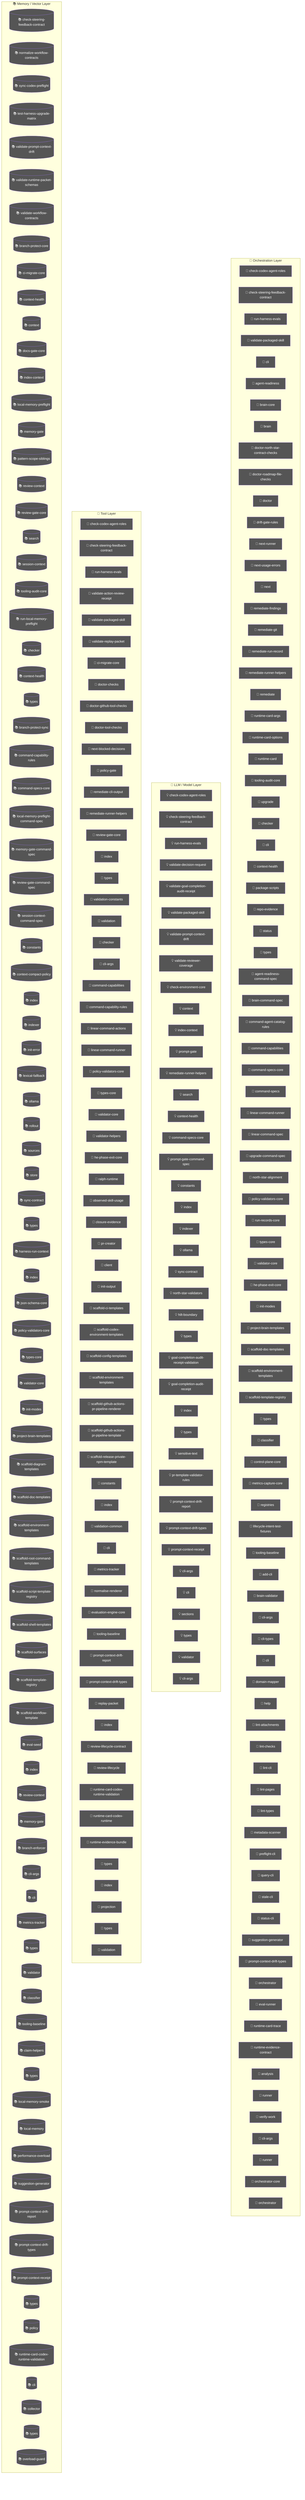
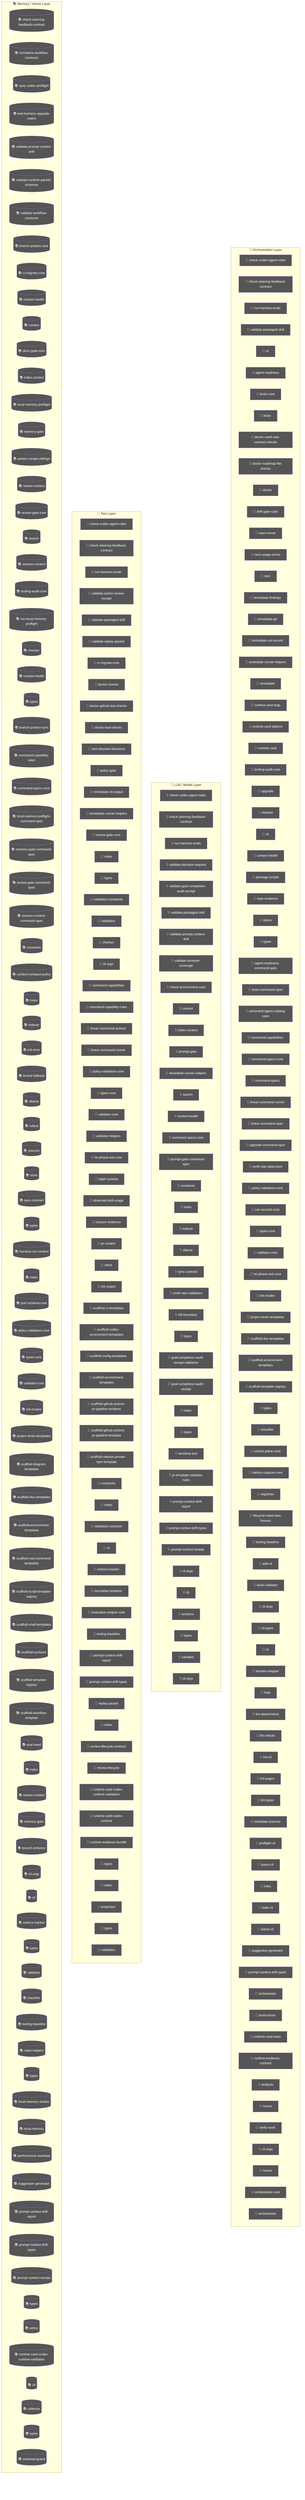
flowchart TD
  subgraph Orchestration["🎯 Orchestration Layer"]
    node_agent_mmd_orchestration_layer_orchestration_chec_7a9f0b64["🤖 check-codex-agent-roles"]
    node_agent_mmd_orchestration_layer_orchestration_chec_7fd47f5c["🤖 check-steering-feedback-contract"]
    node_agent_mmd_orchestration_layer_orchestration_run__18817957["🤖 run-harness-evals"]
    node_agent_mmd_orchestration_layer_orchestration_vali_c01b04be["🤖 validate-packaged-skill"]
    cli_99bb8840["🤖 cli"]
    agent_readiness_c82c68e6["🤖 agent-readiness"]
    brain_core_aa07c380["🤖 brain-core"]
    brain_bbbf7a64["🤖 brain"]
    doctor_north_star_contract_checks_0048124c["🤖 doctor-north-star-contract-checks"]
    doctor_roadmap_file_checks_14447b8e["🤖 doctor-roadmap-file-checks"]
    doctor_72f4be89["🤖 doctor"]
    drift_gate_rules_9685e72d["🤖 drift-gate-rules"]
    next_runner_41643472["🤖 next-runner"]
    next_usage_errors_837a345a["🤖 next-usage-errors"]
    next_c6c1c9a9["🤖 next"]
    remediate_findings_8b09c8c6["🤖 remediate-findings"]
    remediate_git_58c6f6f4["🤖 remediate-git"]
    remediate_run_record_9dfe5dc1["🤖 remediate-run-record"]
    node_agent_mmd_orchestration_layer_orchestration_reme_359fe98f["🤖 remediate-runner-helpers"]
    remediate_06b9c7fc["🤖 remediate"]
    runtime_card_args_2b3d4b28["🤖 runtime-card-args"]
    runtime_card_options_c9156ad5["🤖 runtime-card-options"]
    runtime_card_e06b53e1["🤖 runtime-card"]
    node_agent_mmd_orchestration_layer_orchestration_tool_acfe0c01["🤖 tooling-audit-core"]
    upgrade_7fef9479["🤖 upgrade"]
    node_agent_mmd_orchestration_layer_orchestration_chec_0550c395["🤖 checker"]
    cli_1_084e05fe["🤖 cli"]
    node_agent_mmd_orchestration_layer_orchestration_cont_61b3b9c9["🤖 context-health"]
    package_scripts_3ee6150f["🤖 package-scripts"]
    repo_evidence_38bb1de5["🤖 repo-evidence"]
    status_073c1634["🤖 status"]
    node_agent_mmd_orchestration_layer_orchestration_type_4f906dcc["🤖 types"]
    agent_readiness_command_spec_a30c2c1e["🤖 agent-readiness-command-spec"]
    brain_command_spec_15b122d5["🤖 brain-command-spec"]
    command_agent_catalog_rules_8e06b2af["🤖 command-agent-catalog-rules"]
    node_agent_mmd_orchestration_layer_orchestration_comm_6e41a7f7["🤖 command-capabilities"]
    node_agent_mmd_orchestration_layer_orchestration_comm_1f8cc24c["🤖 command-specs-core"]
    command_specs_69167c63["🤖 command-specs"]
    node_agent_mmd_orchestration_layer_orchestration_line_b67affd5["🤖 linear-command-runner"]
    linear_command_spec_1e12dd44["🤖 linear-command-spec"]
    upgrade_command_spec_03f6c7bd["🤖 upgrade-command-spec"]
    north_star_alignment_00440188["🤖 north-star-alignment"]
    node_agent_mmd_orchestration_layer_orchestration_poli_3270b55d["🤖 policy-validators-core"]
    run_records_core_89286dfa["🤖 run-records-core"]
    node_agent_mmd_orchestration_layer_orchestration_type_7cf81261["🤖 types-core"]
    node_agent_mmd_orchestration_layer_orchestration_vali_d9fe99e6["🤖 validator-core"]
    node_agent_mmd_orchestration_layer_orchestration_he_p_fc778c24["🤖 he-phase-exit-core"]
    node_agent_mmd_orchestration_layer_orchestration_init_2a9c3ecb["🤖 init-modes"]
    node_agent_mmd_orchestration_layer_orchestration_proj_6ab6f60f["🤖 project-brain-templates"]
    node_agent_mmd_orchestration_layer_orchestration_scaf_12cc07db["🤖 scaffold-doc-templates"]
    node_agent_mmd_orchestration_layer_orchestration_scaf_c9a90c2f["🤖 scaffold-environment-templates"]
    node_agent_mmd_orchestration_layer_orchestration_scaf_ff8f92f6["🤖 scaffold-template-registry"]
    types_15_86775c96["🤖 types"]
    node_agent_mmd_orchestration_layer_orchestration_clas_899b821a["🤖 classifier"]
    control_plane_core_db3b4cb2["🤖 control-plane-core"]
    metrics_capture_core_db4bf7cf["🤖 metrics-capture-core"]
    registries_06402afa["🤖 registries"]
    lifecycle_intent_test_fixtures_a53c7ada["🤖 lifecycle-intent-test-fixtures"]
    node_agent_mmd_orchestration_layer_orchestration_tool_cc43149f["🤖 tooling-baseline"]
    add_cli_7614de25["🤖 add-cli"]
    brain_validator_be251832["🤖 brain-validator"]
    cli_args_8_d546936e["🤖 cli-args"]
    cli_types_1686e858["🤖 cli-types"]
    cli_9_b54c1407["🤖 cli"]
    domain_mapper_cd9333d2["🤖 domain-mapper"]
    help_106a5842["🤖 help"]
    lint_attachments_873c0632["🤖 lint-attachments"]
    lint_checks_83522b19["🤖 lint-checks"]
    lint_cli_9ec62ec0["🤖 lint-cli"]
    lint_pages_e33301d0["🤖 lint-pages"]
    lint_types_2862c255["🤖 lint-types"]
    metadata_scanner_6a101b66["🤖 metadata-scanner"]
    preflight_cli_5d148379["🤖 preflight-cli"]
    query_cli_b95be64d["🤖 query-cli"]
+     rules_6c621d1a["🤖 rules"]
    stale_cli_64548720["🤖 stale-cli"]
    status_cli_4c24a0d6["🤖 status-cli"]
    node_agent_mmd_orchestration_layer_orchestration_sugg_85c5ebe3["🤖 suggestion-generator"]
    node_agent_mmd_orchestration_layer_orchestration_prom_77088997["🤖 prompt-context-drift-types"]
    orchestrator_11376b7e["🤖 orchestrator"]
    eval_runner_0966a6b3["🤖 eval-runner"]
    runtime_card_trace_64a5ca95["🤖 runtime-card-trace"]
    runtime_evidence_contract_0f7b15b2["🤖 runtime-evidence-contract"]
    analysis_f44e85c4["🤖 analysis"]
    runner_527aa9f4["🤖 runner"]
    verify_work_1_cd8e7ec3["🤖 verify-work"]
    cli_args_14_3481043e["🤖 cli-args"]
    runner_1_6f281bf8["🤖 runner"]
    orchestrator_core_d0678b53["🤖 orchestrator-core"]
    orchestrator_1_6b7137c5["🤖 orchestrator"]
  end
  subgraph LLMLayer["🧠 LLM / Model Layer"]
    node_agent_mmd_llm_model_layer_llmlayer_check_codex_a_29e7b7fa["💡 check-codex-agent-roles"]
    node_agent_mmd_llm_model_layer_llmlayer_check_steerin_0e1bf90d["💡 check-steering-feedback-contract"]
    node_agent_mmd_llm_model_layer_llmlayer_run_harness_e_603fcfdc["💡 run-harness-evals"]
    validate_decision_request_2e5c325e["💡 validate-decision-request"]
    validate_goal_completion_audit_receipt_100d252c["💡 validate-goal-completion-audit-receipt"]
    node_agent_mmd_llm_model_layer_llmlayer_validate_pack_2a12e1f4["💡 validate-packaged-skill"]
    node_agent_mmd_llm_model_layer_llmlayer_validate_prom_9880f764["💡 validate-prompt-context-drift"]
    validate_reviewer_coverage_251efee3["💡 validate-reviewer-coverage"]
    check_environment_core_2c16213f["💡 check-environment-core"]
    node_agent_mmd_llm_model_layer_llmlayer_context_conte_ad2dfbd9["💡 context"]
    node_agent_mmd_llm_model_layer_llmlayer_index_context_1041bd11["💡 index-context"]
    prompt_gate_c5e9d207["💡 prompt-gate"]
    node_agent_mmd_llm_model_layer_llmlayer_remediate_run_9e3d4585["💡 remediate-runner-helpers"]
    node_agent_mmd_llm_model_layer_llmlayer_search_search_66b9a911["💡 search"]
    node_agent_mmd_llm_model_layer_llmlayer_context_healt_cfc0bfa8["💡 context-health"]
    node_agent_mmd_llm_model_layer_llmlayer_command_specs_782af9fa["💡 command-specs-core"]
    prompt_gate_command_spec_9a941482["💡 prompt-gate-command-spec"]
    node_agent_mmd_llm_model_layer_llmlayer_constants_con_c9bd3f6c["💡 constants"]
    node_agent_mmd_llm_model_layer_llmlayer_index_index_1_02e160ff["💡 index"]
    node_agent_mmd_llm_model_layer_llmlayer_indexer_index_4f4deef5["💡 indexer"]
    node_agent_mmd_llm_model_layer_llmlayer_ollama_ollama_968b23fa["💡 ollama"]
    node_agent_mmd_llm_model_layer_llmlayer_sync_contract_9f3cc8c1["💡 sync-contract"]
    north_star_validators_cfc926ce["💡 north-star-validators"]
    hilt_boundary_9b36fb15["💡 hilt-boundary"]
    types_9_1db4641f["💡 types"]
    goal_completion_audit_receipt_validation_9d0f4891["💡 goal-completion-audit-receipt-validation"]
    goal_completion_audit_receipt_5e4939c3["💡 goal-completion-audit-receipt"]
    index_4_013aa0e3["💡 index"]
    node_agent_mmd_llm_model_layer_llmlayer_constants_con_c9bd3f6c["💡 constants"]
    types_16_0fae1112["💡 types"]
    sensitive_text_7c11f760["💡 sensitive-text"]
    pr_template_validator_rules_20a32d6b["💡 pr-template-validator-rules"]
    node_agent_mmd_llm_model_layer_llmlayer_index_index_1_02e160ff["💡 index"]
    node_agent_mmd_llm_model_layer_llmlayer_prompt_contex_9683b128["💡 prompt-context-drift-report"]
    node_agent_mmd_llm_model_layer_llmlayer_prompt_contex_e5066b88["💡 prompt-context-drift-types"]
    node_agent_mmd_llm_model_layer_llmlayer_index_index_1_02e160ff["💡 index"]
    node_agent_mmd_llm_model_layer_llmlayer_prompt_contex_6426acc2["💡 prompt-context-receipt"]
    cli_args_9_9c136878["💡 cli-args"]
    cli_10_35dc8cbd["💡 cli"]
    sections_4697ef32["💡 sections"]
    types_26_a5814179["💡 types"]
    validator_6_3688adbf["💡 validator"]
    cli_args_10_861cdd3f["💡 cli-args"]
  end
  subgraph ToolLayer["🔧 Tool Layer"]
    node_agent_mmd_tool_layer_toollayer_check_codex_agent_4b361d5a["🔧 check-codex-agent-roles"]
    node_agent_mmd_tool_layer_toollayer_check_steering_fe_eafecf3a["🔧 check-steering-feedback-contract"]
    node_agent_mmd_tool_layer_toollayer_run_harness_evals_e2ee24f1["🔧 run-harness-evals"]
    validate_action_review_receipt_fa2f06c3["🔧 validate-action-review-receipt"]
    node_agent_mmd_tool_layer_toollayer_validate_packaged_2855c827["🔧 validate-packaged-skill"]
    validate_replay_packet_f309747e["🔧 validate-replay-packet"]
    node_agent_mmd_tool_layer_toollayer_ci_migrate_core_c_049f8460["🔧 ci-migrate-core"]
    doctor_checks_5a2eb2b9["🔧 doctor-checks"]
    doctor_github_tool_checks_a53b0382["🔧 doctor-github-tool-checks"]
    doctor_tool_checks_4acac51a["🔧 doctor-tool-checks"]
    next_blocked_decisions_4140ad2b["🔧 next-blocked-decisions"]
    policy_gate_213f7313["🔧 policy-gate"]
    remediate_cli_output_cc165396["🔧 remediate-cli-output"]
    node_agent_mmd_tool_layer_toollayer_remediate_runner__c003b871["🔧 remediate-runner-helpers"]
    node_agent_mmd_tool_layer_toollayer_review_gate_core__7704598b["🔧 review-gate-core"]
    index_1bc04b52["🔧 index"]
    types_1_4ecdf56e["🔧 types"]
    validation_constants_e002a0f6["🔧 validation-constants"]
    validation_98c41dcd["🔧 validation"]
    node_agent_mmd_tool_layer_toollayer_checker_checker_2_453d593b["🔧 checker"]
    cli_args_1_6144b055["🔧 cli-args"]
    node_agent_mmd_tool_layer_toollayer_command_capabilit_7fe13db1["🔧 command-capabilities"]
    node_agent_mmd_tool_layer_toollayer_command_capabilit_e97a4615["🔧 command-capability-rules"]
    linear_command_actions_e430f4f4["🔧 linear-command-actions"]
    node_agent_mmd_tool_layer_toollayer_linear_command_ru_d6763748["🔧 linear-command-runner"]
    node_agent_mmd_tool_layer_toollayer_policy_validators_af136abf["🔧 policy-validators-core"]
    node_agent_mmd_tool_layer_toollayer_types_core_types__6c8319b6["🔧 types-core"]
    node_agent_mmd_tool_layer_toollayer_validator_core_va_6ef6131f["🔧 validator-core"]
    validator_helpers_7b927667["🔧 validator-helpers"]
    node_agent_mmd_tool_layer_toollayer_he_phase_exit_cor_af016160["🔧 he-phase-exit-core"]
    ralph_runtime_73d63c0e["🔧 ralph-runtime"]
    observed_skill_usage_ed7d5930["🔧 observed-skill-usage"]
    closure_evidence_aaa31467["🔧 closure-evidence"]
    pr_creator_dc6b1ea4["🔧 pr-creator"]
    client_948fe603["🔧 client"]
    init_output_360dce91["🔧 init-output"]
    scaffold_ci_templates_2afd6392["🔧 scaffold-ci-templates"]
    scaffold_codex_environment_templates_334fbbed["🔧 scaffold-codex-environment-templates"]
    scaffold_config_templates_4b80ce53["🔧 scaffold-config-templates"]
    node_agent_mmd_tool_layer_toollayer_scaffold_environm_c1afc013["🔧 scaffold-environment-templates"]
    scaffold_github_actions_pr_pipeline_renderer_1ee18de5["🔧 scaffold-github-actions-pr-pipeline-renderer"]
    scaffold_github_actions_pr_pipeline_template_e2b85f62["🔧 scaffold-github-actions-pr-pipeline-template"]
    scaffold_release_private_npm_template_075499f8["🔧 scaffold-release-private-npm-template"]
    node_agent_mmd_tool_layer_toollayer_constants_constan_9d71b829["🔧 constants"]
    index_8_6f0f20ec["🔧 index"]
    validation_common_6161e48b["🔧 validation-common"]
    node_agent_mmd_tool_layer_toollayer_cli_cli_2_1_32d9eeaf["🔧 cli"]
    node_agent_mmd_tool_layer_toollayer_metrics_tracker_m_4c9237d8["🔧 metrics-tracker"]
    normalise_renderer_85f2e563["🔧 normalise-renderer"]
    evaluation_engine_core_e054fe49["🔧 evaluation-engine-core"]
    node_agent_mmd_tool_layer_toollayer_tooling_baseline__61e66e9f["🔧 tooling-baseline"]
    node_agent_mmd_tool_layer_toollayer_prompt_context_dr_801c86ff["🔧 prompt-context-drift-report"]
    node_agent_mmd_tool_layer_toollayer_prompt_context_dr_bd82da46["🔧 prompt-context-drift-types"]
    replay_packet_a1293f88["🔧 replay-packet"]
    index_13_97df39c8["🔧 index"]
    review_lifecycle_contract_e5447221["🔧 review-lifecycle-contract"]
    review_lifecycle_89afa64c["🔧 review-lifecycle"]
    node_agent_mmd_tool_layer_toollayer_runtime_card_code_3636ceac["🔧 runtime-card-codex-runtime-validation"]
    runtime_card_codex_runtime_0655e230["🔧 runtime-card-codex-runtime"]
    runtime_evidence_bundle_d471a232["🔧 runtime-evidence-bundle"]
    types_35_93e66c64["🔧 types"]
    index_16_373c8a49["🔧 index"]
    projection_1b250ea1["🔧 projection"]
    types_37_32ccf9f9["🔧 types"]
    validation_7_c4e6d8b6["🔧 validation"]
  end
  subgraph MemoryLayer["📚 Memory / Vector Layer"]
    node_agent_mmd_memory_vector_layer_memorylayer_check__64c86928[("📚 check-steering-feedback-contract")]
    normalize_workflow_contracts_8701f1c8[("📚 normalize-workflow-contracts")]
    sync_codex_preflight_7e7a8dc2[("📚 sync-codex-preflight")]
    test_harness_upgrade_matrix_84113c4e[("📚 test-harness-upgrade-matrix")]
    node_agent_mmd_memory_vector_layer_memorylayer_valida_c52c4db8[("📚 validate-prompt-context-drift")]
    validate_runtime_packet_schemas_bc3ba8ec[("📚 validate-runtime-packet-schemas")]
    validate_workflow_contracts_33dc063c[("📚 validate-workflow-contracts")]
    branch_protect_core_a8feb0fd[("📚 branch-protect-core")]
    node_agent_mmd_memory_vector_layer_memorylayer_ci_mig_0cd5b1a4[("📚 ci-migrate-core")]
    context_health_80bb7da9[("📚 context-health")]
    node_agent_mmd_memory_vector_layer_memorylayer_contex_78ceaaa9[("📚 context")]
    docs_gate_core_eb9b6c18[("📚 docs-gate-core")]
    node_agent_mmd_memory_vector_layer_memorylayer_index__6f3402d0[("📚 index-context")]
    local_memory_preflight_dcc36c42[("📚 local-memory-preflight")]
    memory_gate_a577a506[("📚 memory-gate")]
    pattern_scope_siblings_43abe000[("📚 pattern-scope-siblings")]
    review_context_ca6cf81d[("📚 review-context")]
    node_agent_mmd_memory_vector_layer_memorylayer_review_5bee9816[("📚 review-gate-core")]
    node_agent_mmd_memory_vector_layer_memorylayer_search_ac35cb7e[("📚 search")]
    session_context_e5ec72c0[("📚 session-context")]
    node_agent_mmd_memory_vector_layer_memorylayer_toolin_a1185b8f[("📚 tooling-audit-core")]
    run_local_memory_preflight_36e92808[("📚 run-local-memory-preflight")]
    node_agent_mmd_memory_vector_layer_memorylayer_checke_a583eb4f[("📚 checker")]
    node_agent_mmd_memory_vector_layer_memorylayer_contex_3204aa0e[("📚 context-health")]
    node_agent_mmd_memory_vector_layer_memorylayer_types__9ad640a0[("📚 types")]
    branch_protect_sync_570adb18[("📚 branch-protect-sync")]
    node_agent_mmd_memory_vector_layer_memorylayer_comman_c72a5d05[("📚 command-capability-rules")]
    node_agent_mmd_memory_vector_layer_memorylayer_comman_111eb454[("📚 command-specs-core")]
    local_memory_preflight_command_spec_9e23f3ce[("📚 local-memory-preflight-command-spec")]
    memory_gate_command_spec_dc9001a9[("📚 memory-gate-command-spec")]
    review_gate_command_spec_3187376a[("📚 review-gate-command-spec")]
    session_context_command_spec_973afbb1[("📚 session-context-command-spec")]
    node_agent_mmd_memory_vector_layer_memorylayer_consta_702d3f46[("📚 constants")]
    context_compact_policy_3dcaf95d[("📚 context-compact-policy")]
    node_agent_mmd_memory_vector_layer_memorylayer_index__752bc61e[("📚 index")]
    node_agent_mmd_memory_vector_layer_memorylayer_indexe_93e6d86f[("📚 indexer")]
    init_error_5c7dd49f[("📚 init-error")]
    lexical_fallback_723e2b3e[("📚 lexical-fallback")]
    node_agent_mmd_memory_vector_layer_memorylayer_ollama_6d51be16[("📚 ollama")]
    rollout_a4fa034c[("📚 rollout")]
    sources_878a52fc[("📚 sources")]
    store_824d80d7[("📚 store")]
    node_agent_mmd_memory_vector_layer_memorylayer_sync_c_e43418bc[("📚 sync-contract")]
    types_7_2f1ed65e[("📚 types")]
    harness_run_context_ac7c77a9[("📚 harness-run-context")]
    index_3_7e40d474[("📚 index")]
    json_schema_core_96d7e328[("📚 json-schema-core")]
    node_agent_mmd_memory_vector_layer_memorylayer_policy_1944de42[("📚 policy-validators-core")]
    node_agent_mmd_memory_vector_layer_memorylayer_types__83f369fa[("📚 types-core")]
    node_agent_mmd_memory_vector_layer_memorylayer_valida_41034356[("📚 validator-core")]
    node_agent_mmd_memory_vector_layer_memorylayer_init_m_333d02c5[("📚 init-modes")]
    node_agent_mmd_memory_vector_layer_memorylayer_projec_3ae304d9[("📚 project-brain-templates")]
    scaffold_diagram_templates_dd88e83c[("📚 scaffold-diagram-templates")]
    node_agent_mmd_memory_vector_layer_memorylayer_scaffo_5fd73b94[("📚 scaffold-doc-templates")]
    node_agent_mmd_memory_vector_layer_memorylayer_scaffo_12b42341[("📚 scaffold-environment-templates")]
    scaffold_root_command_templates_404fed7f[("📚 scaffold-root-command-templates")]
    scaffold_script_template_registry_69312d4e[("📚 scaffold-script-template-registry")]
    scaffold_shell_templates_0ad0f915[("📚 scaffold-shell-templates")]
    scaffold_surfaces_12d6494e[("📚 scaffold-surfaces")]
    node_agent_mmd_memory_vector_layer_memorylayer_scaffo_a86eece1[("📚 scaffold-template-registry")]
    scaffold_workflow_template_92310587[("📚 scaffold-workflow-template")]
    eval_seed_5699fd3e[("📚 eval-seed")]
    index_9_32dd4d91[("📚 index")]
    review_context_1_e3afed15[("📚 review-context")]
    memory_gate_1_265164ac[("📚 memory-gate")]
    branch_enforcer_acb749cd[("📚 branch-enforcer")]
    cli_args_5_09ea29f0[("📚 cli-args")]
    node_agent_mmd_memory_vector_layer_memorylayer_cli_cl_1f1f89ab[("📚 cli")]
    node_agent_mmd_memory_vector_layer_memorylayer_metric_12562178[("📚 metrics-tracker")]
    types_18_37582e2a[("📚 types")]
    validator_4_5180cf23[("📚 validator")]
    node_agent_mmd_memory_vector_layer_memorylayer_classi_1ebbf5ff[("📚 classifier")]
    node_agent_mmd_memory_vector_layer_memorylayer_toolin_14f86b00[("📚 tooling-baseline")]
    claim_helpers_20dc8387[("📚 claim-helpers")]
    types_23_4352ee2e[("📚 types")]
    local_memory_smoke_1175abfc[("📚 local-memory-smoke")]
    local_memory_0db17ecc[("📚 local-memory")]
    performance_overload_c685bfcf[("📚 performance-overload")]
    node_agent_mmd_memory_vector_layer_memorylayer_sugges_267f408d[("📚 suggestion-generator")]
    node_agent_mmd_memory_vector_layer_memorylayer_index__752bc61e[("📚 index")]
    node_agent_mmd_memory_vector_layer_memorylayer_prompt_84937d91[("📚 prompt-context-drift-report")]
    node_agent_mmd_memory_vector_layer_memorylayer_prompt_efd77624[("📚 prompt-context-drift-types")]
    node_agent_mmd_memory_vector_layer_memorylayer_index__752bc61e[("📚 index")]
    node_agent_mmd_memory_vector_layer_memorylayer_prompt_55c0d605[("📚 prompt-context-receipt")]
    types_30_424b976c[("📚 types")]
    policy_1_fc4198db[("📚 policy")]
    node_agent_mmd_memory_vector_layer_memorylayer_runtim_a5d23e7f[("📚 runtime-card-codex-runtime-validation")]
    cli_11_338a8415[("📚 cli")]
    collector_0736fd5b[("📚 collector")]
    types_33_16e22a82[("📚 types")]
    overload_guard_2748c559[("📚 overload-guard")]
  end
  classDef agentNode fill:#555,color:#fff
-   class node_agent_mmd_orchestration_layer_orchestration_chec_7a9f0b64,node_agent_mmd_llm_model_layer_llmlayer_check_codex_a_29e7b7fa,node_agent_mmd_tool_layer_toollayer_check_codex_agent_4b361d5a,node_agent_mmd_orchestration_layer_orchestration_chec_7fd47f5c,node_agent_mmd_llm_model_layer_llmlayer_check_steerin_0e1bf90d,node_agent_mmd_tool_layer_toollayer_check_steering_fe_eafecf3a,node_agent_mmd_memory_vector_layer_memorylayer_check__64c86928,node_agent_mmd_orchestration_layer_orchestration_run__18817957,node_agent_mmd_llm_model_layer_llmlayer_run_harness_e_603fcfdc,node_agent_mmd_tool_layer_toollayer_run_harness_evals_e2ee24f1,node_agent_mmd_orchestration_layer_orchestration_vali_c01b04be,node_agent_mmd_llm_model_layer_llmlayer_validate_pack_2a12e1f4,node_agent_mmd_tool_layer_toollayer_validate_packaged_2855c827,cli_99bb8840,agent_readiness_c82c68e6,brain_core_aa07c380,brain_bbbf7a64,doctor_north_star_contract_checks_0048124c,doctor_roadmap_file_checks_14447b8e,doctor_72f4be89,drift_gate_rules_9685e72d,next_runner_41643472,next_usage_errors_837a345a,next_c6c1c9a9,remediate_findings_8b09c8c6,remediate_git_58c6f6f4,remediate_run_record_9dfe5dc1,node_agent_mmd_orchestration_layer_orchestration_reme_359fe98f,node_agent_mmd_llm_model_layer_llmlayer_remediate_run_9e3d4585,node_agent_mmd_tool_layer_toollayer_remediate_runner__c003b871,remediate_06b9c7fc,runtime_card_args_2b3d4b28,runtime_card_options_c9156ad5,runtime_card_e06b53e1,node_agent_mmd_orchestration_layer_orchestration_tool_acfe0c01,node_agent_mmd_memory_vector_layer_memorylayer_toolin_a1185b8f,upgrade_7fef9479,node_agent_mmd_orchestration_layer_orchestration_chec_0550c395,node_agent_mmd_tool_layer_toollayer_checker_checker_2_453d593b,node_agent_mmd_memory_vector_layer_memorylayer_checke_a583eb4f,cli_1_084e05fe,node_agent_mmd_orchestration_layer_orchestration_cont_61b3b9c9,node_agent_mmd_llm_model_layer_llmlayer_context_healt_cfc0bfa8,node_agent_mmd_memory_vector_layer_memorylayer_contex_3204aa0e,package_scripts_3ee6150f,repo_evidence_38bb1de5,status_073c1634,node_agent_mmd_orchestration_layer_orchestration_type_4f906dcc,node_agent_mmd_memory_vector_layer_memorylayer_types__9ad640a0,agent_readiness_command_spec_a30c2c1e,brain_command_spec_15b122d5,command_agent_catalog_rules_8e06b2af,node_agent_mmd_orchestration_layer_orchestration_comm_6e41a7f7,node_agent_mmd_tool_layer_toollayer_command_capabilit_7fe13db1,node_agent_mmd_orchestration_layer_orchestration_comm_1f8cc24c,node_agent_mmd_llm_model_layer_llmlayer_command_specs_782af9fa,node_agent_mmd_memory_vector_layer_memorylayer_comman_111eb454,command_specs_69167c63,node_agent_mmd_orchestration_layer_orchestration_line_b67affd5,node_agent_mmd_tool_layer_toollayer_linear_command_ru_d6763748,linear_command_spec_1e12dd44,upgrade_command_spec_03f6c7bd,north_star_alignment_00440188,node_agent_mmd_orchestration_layer_orchestration_poli_3270b55d,node_agent_mmd_tool_layer_toollayer_policy_validators_af136abf,node_agent_mmd_memory_vector_layer_memorylayer_policy_1944de42,run_records_core_89286dfa,node_agent_mmd_orchestration_layer_orchestration_type_7cf81261,node_agent_mmd_tool_layer_toollayer_types_core_types__6c8319b6,node_agent_mmd_memory_vector_layer_memorylayer_types__83f369fa,node_agent_mmd_orchestration_layer_orchestration_vali_d9fe99e6,node_agent_mmd_tool_layer_toollayer_validator_core_va_6ef6131f,node_agent_mmd_memory_vector_layer_memorylayer_valida_41034356,node_agent_mmd_orchestration_layer_orchestration_he_p_fc778c24,node_agent_mmd_tool_layer_toollayer_he_phase_exit_cor_af016160,node_agent_mmd_orchestration_layer_orchestration_init_2a9c3ecb,node_agent_mmd_memory_vector_layer_memorylayer_init_m_333d02c5,node_agent_mmd_orchestration_layer_orchestration_proj_6ab6f60f,node_agent_mmd_memory_vector_layer_memorylayer_projec_3ae304d9,node_agent_mmd_orchestration_layer_orchestration_scaf_12cc07db,node_agent_mmd_memory_vector_layer_memorylayer_scaffo_5fd73b94,node_agent_mmd_orchestration_layer_orchestration_scaf_c9a90c2f,node_agent_mmd_tool_layer_toollayer_scaffold_environm_c1afc013,node_agent_mmd_memory_vector_layer_memorylayer_scaffo_12b42341,node_agent_mmd_orchestration_layer_orchestration_scaf_ff8f92f6,node_agent_mmd_memory_vector_layer_memorylayer_scaffo_a86eece1,types_15_86775c96,node_agent_mmd_orchestration_layer_orchestration_clas_899b821a,node_agent_mmd_memory_vector_layer_memorylayer_classi_1ebbf5ff,control_plane_core_db3b4cb2,metrics_capture_core_db4bf7cf,registries_06402afa,lifecycle_intent_test_fixtures_a53c7ada,node_agent_mmd_orchestration_layer_orchestration_tool_cc43149f,node_agent_mmd_tool_layer_toollayer_tooling_baseline__61e66e9f,node_agent_mmd_memory_vector_layer_memorylayer_toolin_14f86b00,add_cli_7614de25,brain_validator_be251832,cli_args_8_d546936e,cli_types_1686e858,cli_9_b54c1407,domain_mapper_cd9333d2,help_106a5842,lint_attachments_873c0632,lint_checks_83522b19,lint_cli_9ec62ec0,lint_pages_e33301d0,lint_types_2862c255,metadata_scanner_6a101b66,preflight_cli_5d148379,query_cli_b95be64d,stale_cli_64548720,status_cli_4c24a0d6,node_agent_mmd_orchestration_layer_orchestration_sugg_85c5ebe3,node_agent_mmd_memory_vector_layer_memorylayer_sugges_267f408d,node_agent_mmd_orchestration_layer_orchestration_prom_77088997,node_agent_mmd_llm_model_layer_llmlayer_prompt_contex_e5066b88,node_agent_mmd_tool_layer_toollayer_prompt_context_dr_bd82da46,node_agent_mmd_memory_vector_layer_memorylayer_prompt_efd77624,orchestrator_11376b7e,eval_runner_0966a6b3,runtime_card_trace_64a5ca95,runtime_evidence_contract_0f7b15b2,analysis_f44e85c4,runner_527aa9f4,verify_work_1_cd8e7ec3,cli_args_14_3481043e,runner_1_6f281bf8,orchestrator_core_d0678b53,orchestrator_1_6b7137c5 agentNode
+   class node_agent_mmd_orchestration_layer_orchestration_chec_7a9f0b64,node_agent_mmd_llm_model_layer_llmlayer_check_codex_a_29e7b7fa,node_agent_mmd_tool_layer_toollayer_check_codex_agent_4b361d5a,node_agent_mmd_orchestration_layer_orchestration_chec_7fd47f5c,node_agent_mmd_llm_model_layer_llmlayer_check_steerin_0e1bf90d,node_agent_mmd_tool_layer_toollayer_check_steering_fe_eafecf3a,node_agent_mmd_memory_vector_layer_memorylayer_check__64c86928,node_agent_mmd_orchestration_layer_orchestration_run__18817957,node_agent_mmd_llm_model_layer_llmlayer_run_harness_e_603fcfdc,node_agent_mmd_tool_layer_toollayer_run_harness_evals_e2ee24f1,node_agent_mmd_orchestration_layer_orchestration_vali_c01b04be,node_agent_mmd_llm_model_layer_llmlayer_validate_pack_2a12e1f4,node_agent_mmd_tool_layer_toollayer_validate_packaged_2855c827,cli_99bb8840,agent_readiness_c82c68e6,brain_core_aa07c380,brain_bbbf7a64,doctor_north_star_contract_checks_0048124c,doctor_roadmap_file_checks_14447b8e,doctor_72f4be89,drift_gate_rules_9685e72d,next_runner_41643472,next_usage_errors_837a345a,next_c6c1c9a9,remediate_findings_8b09c8c6,remediate_git_58c6f6f4,remediate_run_record_9dfe5dc1,node_agent_mmd_orchestration_layer_orchestration_reme_359fe98f,node_agent_mmd_llm_model_layer_llmlayer_remediate_run_9e3d4585,node_agent_mmd_tool_layer_toollayer_remediate_runner__c003b871,remediate_06b9c7fc,runtime_card_args_2b3d4b28,runtime_card_options_c9156ad5,runtime_card_e06b53e1,node_agent_mmd_orchestration_layer_orchestration_tool_acfe0c01,node_agent_mmd_memory_vector_layer_memorylayer_toolin_a1185b8f,upgrade_7fef9479,node_agent_mmd_orchestration_layer_orchestration_chec_0550c395,node_agent_mmd_tool_layer_toollayer_checker_checker_2_453d593b,node_agent_mmd_memory_vector_layer_memorylayer_checke_a583eb4f,cli_1_084e05fe,node_agent_mmd_orchestration_layer_orchestration_cont_61b3b9c9,node_agent_mmd_llm_model_layer_llmlayer_context_healt_cfc0bfa8,node_agent_mmd_memory_vector_layer_memorylayer_contex_3204aa0e,package_scripts_3ee6150f,repo_evidence_38bb1de5,status_073c1634,node_agent_mmd_orchestration_layer_orchestration_type_4f906dcc,node_agent_mmd_memory_vector_layer_memorylayer_types__9ad640a0,agent_readiness_command_spec_a30c2c1e,brain_command_spec_15b122d5,command_agent_catalog_rules_8e06b2af,node_agent_mmd_orchestration_layer_orchestration_comm_6e41a7f7,node_agent_mmd_tool_layer_toollayer_command_capabilit_7fe13db1,node_agent_mmd_orchestration_layer_orchestration_comm_1f8cc24c,node_agent_mmd_llm_model_layer_llmlayer_command_specs_782af9fa,node_agent_mmd_memory_vector_layer_memorylayer_comman_111eb454,command_specs_69167c63,node_agent_mmd_orchestration_layer_orchestration_line_b67affd5,node_agent_mmd_tool_layer_toollayer_linear_command_ru_d6763748,linear_command_spec_1e12dd44,upgrade_command_spec_03f6c7bd,north_star_alignment_00440188,node_agent_mmd_orchestration_layer_orchestration_poli_3270b55d,node_agent_mmd_tool_layer_toollayer_policy_validators_af136abf,node_agent_mmd_memory_vector_layer_memorylayer_policy_1944de42,run_records_core_89286dfa,node_agent_mmd_orchestration_layer_orchestration_type_7cf81261,node_agent_mmd_tool_layer_toollayer_types_core_types__6c8319b6,node_agent_mmd_memory_vector_layer_memorylayer_types__83f369fa,node_agent_mmd_orchestration_layer_orchestration_vali_d9fe99e6,node_agent_mmd_tool_layer_toollayer_validator_core_va_6ef6131f,node_agent_mmd_memory_vector_layer_memorylayer_valida_41034356,node_agent_mmd_orchestration_layer_orchestration_he_p_fc778c24,node_agent_mmd_tool_layer_toollayer_he_phase_exit_cor_af016160,node_agent_mmd_orchestration_layer_orchestration_init_2a9c3ecb,node_agent_mmd_memory_vector_layer_memorylayer_init_m_333d02c5,node_agent_mmd_orchestration_layer_orchestration_proj_6ab6f60f,node_agent_mmd_memory_vector_layer_memorylayer_projec_3ae304d9,node_agent_mmd_orchestration_layer_orchestration_scaf_12cc07db,node_agent_mmd_memory_vector_layer_memorylayer_scaffo_5fd73b94,node_agent_mmd_orchestration_layer_orchestration_scaf_c9a90c2f,node_agent_mmd_tool_layer_toollayer_scaffold_environm_c1afc013,node_agent_mmd_memory_vector_layer_memorylayer_scaffo_12b42341,node_agent_mmd_orchestration_layer_orchestration_scaf_ff8f92f6,node_agent_mmd_memory_vector_layer_memorylayer_scaffo_a86eece1,types_15_86775c96,node_agent_mmd_orchestration_layer_orchestration_clas_899b821a,node_agent_mmd_memory_vector_layer_memorylayer_classi_1ebbf5ff,control_plane_core_db3b4cb2,metrics_capture_core_db4bf7cf,registries_06402afa,lifecycle_intent_test_fixtures_a53c7ada,node_agent_mmd_orchestration_layer_orchestration_tool_cc43149f,node_agent_mmd_tool_layer_toollayer_tooling_baseline__61e66e9f,node_agent_mmd_memory_vector_layer_memorylayer_toolin_14f86b00,add_cli_7614de25,brain_validator_be251832,cli_args_8_d546936e,cli_types_1686e858,cli_9_b54c1407,domain_mapper_cd9333d2,help_106a5842,lint_attachments_873c0632,lint_checks_83522b19,lint_cli_9ec62ec0,lint_pages_e33301d0,lint_types_2862c255,metadata_scanner_6a101b66,preflight_cli_5d148379,query_cli_b95be64d,rules_6c621d1a,stale_cli_64548720,status_cli_4c24a0d6,node_agent_mmd_orchestration_layer_orchestration_sugg_85c5ebe3,node_agent_mmd_memory_vector_layer_memorylayer_sugges_267f408d,node_agent_mmd_orchestration_layer_orchestration_prom_77088997,node_agent_mmd_llm_model_layer_llmlayer_prompt_contex_e5066b88,node_agent_mmd_tool_layer_toollayer_prompt_context_dr_bd82da46,node_agent_mmd_memory_vector_layer_memorylayer_prompt_efd77624,orchestrator_11376b7e,eval_runner_0966a6b3,runtime_card_trace_64a5ca95,runtime_evidence_contract_0f7b15b2,analysis_f44e85c4,runner_527aa9f4,verify_work_1_cd8e7ec3,cli_args_14_3481043e,runner_1_6f281bf8,orchestrator_core_d0678b53,orchestrator_1_6b7137c5 agentNode
  classDef llmNode fill:#555,color:#fff
  class node_agent_mmd_orchestration_layer_orchestration_chec_7a9f0b64,node_agent_mmd_llm_model_layer_llmlayer_check_codex_a_29e7b7fa,node_agent_mmd_tool_layer_toollayer_check_codex_agent_4b361d5a,node_agent_mmd_orchestration_layer_orchestration_chec_7fd47f5c,node_agent_mmd_llm_model_layer_llmlayer_check_steerin_0e1bf90d,node_agent_mmd_tool_layer_toollayer_check_steering_fe_eafecf3a,node_agent_mmd_memory_vector_layer_memorylayer_check__64c86928,node_agent_mmd_orchestration_layer_orchestration_run__18817957,node_agent_mmd_llm_model_layer_llmlayer_run_harness_e_603fcfdc,node_agent_mmd_tool_layer_toollayer_run_harness_evals_e2ee24f1,validate_decision_request_2e5c325e,validate_goal_completion_audit_receipt_100d252c,node_agent_mmd_orchestration_layer_orchestration_vali_c01b04be,node_agent_mmd_llm_model_layer_llmlayer_validate_pack_2a12e1f4,node_agent_mmd_tool_layer_toollayer_validate_packaged_2855c827,node_agent_mmd_llm_model_layer_llmlayer_validate_prom_9880f764,node_agent_mmd_memory_vector_layer_memorylayer_valida_c52c4db8,validate_reviewer_coverage_251efee3,check_environment_core_2c16213f,node_agent_mmd_llm_model_layer_llmlayer_context_conte_ad2dfbd9,node_agent_mmd_memory_vector_layer_memorylayer_contex_78ceaaa9,node_agent_mmd_llm_model_layer_llmlayer_index_context_1041bd11,node_agent_mmd_memory_vector_layer_memorylayer_index__6f3402d0,prompt_gate_c5e9d207,node_agent_mmd_orchestration_layer_orchestration_reme_359fe98f,node_agent_mmd_llm_model_layer_llmlayer_remediate_run_9e3d4585,node_agent_mmd_tool_layer_toollayer_remediate_runner__c003b871,node_agent_mmd_llm_model_layer_llmlayer_search_search_66b9a911,node_agent_mmd_memory_vector_layer_memorylayer_search_ac35cb7e,node_agent_mmd_orchestration_layer_orchestration_cont_61b3b9c9,node_agent_mmd_llm_model_layer_llmlayer_context_healt_cfc0bfa8,node_agent_mmd_memory_vector_layer_memorylayer_contex_3204aa0e,node_agent_mmd_orchestration_layer_orchestration_comm_1f8cc24c,node_agent_mmd_llm_model_layer_llmlayer_command_specs_782af9fa,node_agent_mmd_memory_vector_layer_memorylayer_comman_111eb454,prompt_gate_command_spec_9a941482,node_agent_mmd_llm_model_layer_llmlayer_constants_con_c9bd3f6c,node_agent_mmd_memory_vector_layer_memorylayer_consta_702d3f46,node_agent_mmd_llm_model_layer_llmlayer_index_index_1_02e160ff,node_agent_mmd_memory_vector_layer_memorylayer_index__752bc61e,node_agent_mmd_llm_model_layer_llmlayer_indexer_index_4f4deef5,node_agent_mmd_memory_vector_layer_memorylayer_indexe_93e6d86f,node_agent_mmd_llm_model_layer_llmlayer_ollama_ollama_968b23fa,node_agent_mmd_memory_vector_layer_memorylayer_ollama_6d51be16,node_agent_mmd_llm_model_layer_llmlayer_sync_contract_9f3cc8c1,node_agent_mmd_memory_vector_layer_memorylayer_sync_c_e43418bc,north_star_validators_cfc926ce,hilt_boundary_9b36fb15,types_9_1db4641f,goal_completion_audit_receipt_validation_9d0f4891,goal_completion_audit_receipt_5e4939c3,index_4_013aa0e3,node_agent_mmd_tool_layer_toollayer_constants_constan_9d71b829,types_16_0fae1112,sensitive_text_7c11f760,pr_template_validator_rules_20a32d6b,node_agent_mmd_llm_model_layer_llmlayer_prompt_contex_9683b128,node_agent_mmd_tool_layer_toollayer_prompt_context_dr_801c86ff,node_agent_mmd_memory_vector_layer_memorylayer_prompt_84937d91,node_agent_mmd_orchestration_layer_orchestration_prom_77088997,node_agent_mmd_llm_model_layer_llmlayer_prompt_contex_e5066b88,node_agent_mmd_tool_layer_toollayer_prompt_context_dr_bd82da46,node_agent_mmd_memory_vector_layer_memorylayer_prompt_efd77624,node_agent_mmd_llm_model_layer_llmlayer_prompt_contex_6426acc2,node_agent_mmd_memory_vector_layer_memorylayer_prompt_55c0d605,cli_args_9_9c136878,cli_10_35dc8cbd,sections_4697ef32,types_26_a5814179,validator_6_3688adbf,cli_args_10_861cdd3f llmNode
  classDef toolNode fill:#555,color:#fff
  class node_agent_mmd_orchestration_layer_orchestration_chec_7a9f0b64,node_agent_mmd_llm_model_layer_llmlayer_check_codex_a_29e7b7fa,node_agent_mmd_tool_layer_toollayer_check_codex_agent_4b361d5a,node_agent_mmd_orchestration_layer_orchestration_chec_7fd47f5c,node_agent_mmd_llm_model_layer_llmlayer_check_steerin_0e1bf90d,node_agent_mmd_tool_layer_toollayer_check_steering_fe_eafecf3a,node_agent_mmd_memory_vector_layer_memorylayer_check__64c86928,node_agent_mmd_orchestration_layer_orchestration_run__18817957,node_agent_mmd_llm_model_layer_llmlayer_run_harness_e_603fcfdc,node_agent_mmd_tool_layer_toollayer_run_harness_evals_e2ee24f1,validate_action_review_receipt_fa2f06c3,node_agent_mmd_orchestration_layer_orchestration_vali_c01b04be,node_agent_mmd_llm_model_layer_llmlayer_validate_pack_2a12e1f4,node_agent_mmd_tool_layer_toollayer_validate_packaged_2855c827,validate_replay_packet_f309747e,node_agent_mmd_tool_layer_toollayer_ci_migrate_core_c_049f8460,node_agent_mmd_memory_vector_layer_memorylayer_ci_mig_0cd5b1a4,doctor_checks_5a2eb2b9,doctor_github_tool_checks_a53b0382,doctor_tool_checks_4acac51a,next_blocked_decisions_4140ad2b,policy_gate_213f7313,remediate_cli_output_cc165396,node_agent_mmd_orchestration_layer_orchestration_reme_359fe98f,node_agent_mmd_llm_model_layer_llmlayer_remediate_run_9e3d4585,node_agent_mmd_tool_layer_toollayer_remediate_runner__c003b871,node_agent_mmd_tool_layer_toollayer_review_gate_core__7704598b,node_agent_mmd_memory_vector_layer_memorylayer_review_5bee9816,index_1bc04b52,types_1_4ecdf56e,validation_constants_e002a0f6,validation_98c41dcd,node_agent_mmd_orchestration_layer_orchestration_chec_0550c395,node_agent_mmd_tool_layer_toollayer_checker_checker_2_453d593b,node_agent_mmd_memory_vector_layer_memorylayer_checke_a583eb4f,cli_args_1_6144b055,node_agent_mmd_orchestration_layer_orchestration_comm_6e41a7f7,node_agent_mmd_tool_layer_toollayer_command_capabilit_7fe13db1,node_agent_mmd_tool_layer_toollayer_command_capabilit_e97a4615,node_agent_mmd_memory_vector_layer_memorylayer_comman_c72a5d05,linear_command_actions_e430f4f4,node_agent_mmd_orchestration_layer_orchestration_line_b67affd5,node_agent_mmd_tool_layer_toollayer_linear_command_ru_d6763748,node_agent_mmd_orchestration_layer_orchestration_poli_3270b55d,node_agent_mmd_tool_layer_toollayer_policy_validators_af136abf,node_agent_mmd_memory_vector_layer_memorylayer_policy_1944de42,node_agent_mmd_orchestration_layer_orchestration_type_7cf81261,node_agent_mmd_tool_layer_toollayer_types_core_types__6c8319b6,node_agent_mmd_memory_vector_layer_memorylayer_types__83f369fa,node_agent_mmd_orchestration_layer_orchestration_vali_d9fe99e6,node_agent_mmd_tool_layer_toollayer_validator_core_va_6ef6131f,node_agent_mmd_memory_vector_layer_memorylayer_valida_41034356,validator_helpers_7b927667,node_agent_mmd_orchestration_layer_orchestration_he_p_fc778c24,node_agent_mmd_tool_layer_toollayer_he_phase_exit_cor_af016160,ralph_runtime_73d63c0e,observed_skill_usage_ed7d5930,closure_evidence_aaa31467,pr_creator_dc6b1ea4,client_948fe603,init_output_360dce91,scaffold_ci_templates_2afd6392,scaffold_codex_environment_templates_334fbbed,scaffold_config_templates_4b80ce53,node_agent_mmd_orchestration_layer_orchestration_scaf_c9a90c2f,node_agent_mmd_tool_layer_toollayer_scaffold_environm_c1afc013,node_agent_mmd_memory_vector_layer_memorylayer_scaffo_12b42341,scaffold_github_actions_pr_pipeline_renderer_1ee18de5,scaffold_github_actions_pr_pipeline_template_e2b85f62,scaffold_release_private_npm_template_075499f8,node_agent_mmd_llm_model_layer_llmlayer_constants_con_c9bd3f6c,node_agent_mmd_tool_layer_toollayer_constants_constan_9d71b829,index_8_6f0f20ec,validation_common_6161e48b,node_agent_mmd_tool_layer_toollayer_cli_cli_2_1_32d9eeaf,node_agent_mmd_memory_vector_layer_memorylayer_cli_cl_1f1f89ab,node_agent_mmd_tool_layer_toollayer_metrics_tracker_m_4c9237d8,node_agent_mmd_memory_vector_layer_memorylayer_metric_12562178,normalise_renderer_85f2e563,evaluation_engine_core_e054fe49,node_agent_mmd_orchestration_layer_orchestration_tool_cc43149f,node_agent_mmd_tool_layer_toollayer_tooling_baseline__61e66e9f,node_agent_mmd_memory_vector_layer_memorylayer_toolin_14f86b00,node_agent_mmd_llm_model_layer_llmlayer_prompt_contex_9683b128,node_agent_mmd_tool_layer_toollayer_prompt_context_dr_801c86ff,node_agent_mmd_memory_vector_layer_memorylayer_prompt_84937d91,node_agent_mmd_orchestration_layer_orchestration_prom_77088997,node_agent_mmd_llm_model_layer_llmlayer_prompt_contex_e5066b88,node_agent_mmd_tool_layer_toollayer_prompt_context_dr_bd82da46,node_agent_mmd_memory_vector_layer_memorylayer_prompt_efd77624,replay_packet_a1293f88,index_13_97df39c8,review_lifecycle_contract_e5447221,review_lifecycle_89afa64c,node_agent_mmd_tool_layer_toollayer_runtime_card_code_3636ceac,node_agent_mmd_memory_vector_layer_memorylayer_runtim_a5d23e7f,runtime_card_codex_runtime_0655e230,runtime_evidence_bundle_d471a232,types_35_93e66c64,index_16_373c8a49,projection_1b250ea1,types_37_32ccf9f9,validation_7_c4e6d8b6 toolNode
  classDef memNode fill:#555,color:#fff
  class node_agent_mmd_orchestration_layer_orchestration_chec_7fd47f5c,node_agent_mmd_llm_model_layer_llmlayer_check_steerin_0e1bf90d,node_agent_mmd_tool_layer_toollayer_check_steering_fe_eafecf3a,node_agent_mmd_memory_vector_layer_memorylayer_check__64c86928,normalize_workflow_contracts_8701f1c8,sync_codex_preflight_7e7a8dc2,test_harness_upgrade_matrix_84113c4e,node_agent_mmd_llm_model_layer_llmlayer_validate_prom_9880f764,node_agent_mmd_memory_vector_layer_memorylayer_valida_c52c4db8,validate_runtime_packet_schemas_bc3ba8ec,validate_workflow_contracts_33dc063c,branch_protect_core_a8feb0fd,node_agent_mmd_tool_layer_toollayer_ci_migrate_core_c_049f8460,node_agent_mmd_memory_vector_layer_memorylayer_ci_mig_0cd5b1a4,context_health_80bb7da9,node_agent_mmd_llm_model_layer_llmlayer_context_conte_ad2dfbd9,node_agent_mmd_memory_vector_layer_memorylayer_contex_78ceaaa9,docs_gate_core_eb9b6c18,node_agent_mmd_llm_model_layer_llmlayer_index_context_1041bd11,node_agent_mmd_memory_vector_layer_memorylayer_index__6f3402d0,local_memory_preflight_dcc36c42,memory_gate_a577a506,pattern_scope_siblings_43abe000,review_context_ca6cf81d,node_agent_mmd_tool_layer_toollayer_review_gate_core__7704598b,node_agent_mmd_memory_vector_layer_memorylayer_review_5bee9816,node_agent_mmd_llm_model_layer_llmlayer_search_search_66b9a911,node_agent_mmd_memory_vector_layer_memorylayer_search_ac35cb7e,session_context_e5ec72c0,node_agent_mmd_orchestration_layer_orchestration_tool_acfe0c01,node_agent_mmd_memory_vector_layer_memorylayer_toolin_a1185b8f,run_local_memory_preflight_36e92808,node_agent_mmd_orchestration_layer_orchestration_chec_0550c395,node_agent_mmd_tool_layer_toollayer_checker_checker_2_453d593b,node_agent_mmd_memory_vector_layer_memorylayer_checke_a583eb4f,node_agent_mmd_orchestration_layer_orchestration_cont_61b3b9c9,node_agent_mmd_llm_model_layer_llmlayer_context_healt_cfc0bfa8,node_agent_mmd_memory_vector_layer_memorylayer_contex_3204aa0e,node_agent_mmd_orchestration_layer_orchestration_type_4f906dcc,node_agent_mmd_memory_vector_layer_memorylayer_types__9ad640a0,branch_protect_sync_570adb18,node_agent_mmd_tool_layer_toollayer_command_capabilit_e97a4615,node_agent_mmd_memory_vector_layer_memorylayer_comman_c72a5d05,node_agent_mmd_orchestration_layer_orchestration_comm_1f8cc24c,node_agent_mmd_llm_model_layer_llmlayer_command_specs_782af9fa,node_agent_mmd_memory_vector_layer_memorylayer_comman_111eb454,local_memory_preflight_command_spec_9e23f3ce,memory_gate_command_spec_dc9001a9,review_gate_command_spec_3187376a,session_context_command_spec_973afbb1,node_agent_mmd_llm_model_layer_llmlayer_constants_con_c9bd3f6c,node_agent_mmd_memory_vector_layer_memorylayer_consta_702d3f46,context_compact_policy_3dcaf95d,node_agent_mmd_llm_model_layer_llmlayer_index_index_1_02e160ff,node_agent_mmd_memory_vector_layer_memorylayer_index__752bc61e,node_agent_mmd_llm_model_layer_llmlayer_indexer_index_4f4deef5,node_agent_mmd_memory_vector_layer_memorylayer_indexe_93e6d86f,init_error_5c7dd49f,lexical_fallback_723e2b3e,node_agent_mmd_llm_model_layer_llmlayer_ollama_ollama_968b23fa,node_agent_mmd_memory_vector_layer_memorylayer_ollama_6d51be16,rollout_a4fa034c,sources_878a52fc,store_824d80d7,node_agent_mmd_llm_model_layer_llmlayer_sync_contract_9f3cc8c1,node_agent_mmd_memory_vector_layer_memorylayer_sync_c_e43418bc,types_7_2f1ed65e,harness_run_context_ac7c77a9,index_3_7e40d474,json_schema_core_96d7e328,node_agent_mmd_orchestration_layer_orchestration_poli_3270b55d,node_agent_mmd_tool_layer_toollayer_policy_validators_af136abf,node_agent_mmd_memory_vector_layer_memorylayer_policy_1944de42,node_agent_mmd_orchestration_layer_orchestration_type_7cf81261,node_agent_mmd_tool_layer_toollayer_types_core_types__6c8319b6,node_agent_mmd_memory_vector_layer_memorylayer_types__83f369fa,node_agent_mmd_orchestration_layer_orchestration_vali_d9fe99e6,node_agent_mmd_tool_layer_toollayer_validator_core_va_6ef6131f,node_agent_mmd_memory_vector_layer_memorylayer_valida_41034356,node_agent_mmd_orchestration_layer_orchestration_init_2a9c3ecb,node_agent_mmd_memory_vector_layer_memorylayer_init_m_333d02c5,node_agent_mmd_orchestration_layer_orchestration_proj_6ab6f60f,node_agent_mmd_memory_vector_layer_memorylayer_projec_3ae304d9,scaffold_diagram_templates_dd88e83c,node_agent_mmd_orchestration_layer_orchestration_scaf_12cc07db,node_agent_mmd_memory_vector_layer_memorylayer_scaffo_5fd73b94,node_agent_mmd_orchestration_layer_orchestration_scaf_c9a90c2f,node_agent_mmd_tool_layer_toollayer_scaffold_environm_c1afc013,node_agent_mmd_memory_vector_layer_memorylayer_scaffo_12b42341,scaffold_root_command_templates_404fed7f,scaffold_script_template_registry_69312d4e,scaffold_shell_templates_0ad0f915,scaffold_surfaces_12d6494e,node_agent_mmd_orchestration_layer_orchestration_scaf_ff8f92f6,node_agent_mmd_memory_vector_layer_memorylayer_scaffo_a86eece1,scaffold_workflow_template_92310587,eval_seed_5699fd3e,index_9_32dd4d91,review_context_1_e3afed15,memory_gate_1_265164ac,branch_enforcer_acb749cd,cli_args_5_09ea29f0,node_agent_mmd_tool_layer_toollayer_cli_cli_2_1_32d9eeaf,node_agent_mmd_memory_vector_layer_memorylayer_cli_cl_1f1f89ab,node_agent_mmd_tool_layer_toollayer_metrics_tracker_m_4c9237d8,node_agent_mmd_memory_vector_layer_memorylayer_metric_12562178,types_18_37582e2a,validator_4_5180cf23,node_agent_mmd_orchestration_layer_orchestration_clas_899b821a,node_agent_mmd_memory_vector_layer_memorylayer_classi_1ebbf5ff,node_agent_mmd_orchestration_layer_orchestration_tool_cc43149f,node_agent_mmd_tool_layer_toollayer_tooling_baseline__61e66e9f,node_agent_mmd_memory_vector_layer_memorylayer_toolin_14f86b00,claim_helpers_20dc8387,types_23_4352ee2e,local_memory_smoke_1175abfc,local_memory_0db17ecc,performance_overload_c685bfcf,node_agent_mmd_orchestration_layer_orchestration_sugg_85c5ebe3,node_agent_mmd_memory_vector_layer_memorylayer_sugges_267f408d,node_agent_mmd_llm_model_layer_llmlayer_prompt_contex_9683b128,node_agent_mmd_tool_layer_toollayer_prompt_context_dr_801c86ff,node_agent_mmd_memory_vector_layer_memorylayer_prompt_84937d91,node_agent_mmd_orchestration_layer_orchestration_prom_77088997,node_agent_mmd_llm_model_layer_llmlayer_prompt_contex_e5066b88,node_agent_mmd_tool_layer_toollayer_prompt_context_dr_bd82da46,node_agent_mmd_memory_vector_layer_memorylayer_prompt_efd77624,node_agent_mmd_llm_model_layer_llmlayer_prompt_contex_6426acc2,node_agent_mmd_memory_vector_layer_memorylayer_prompt_55c0d605,types_30_424b976c,policy_1_fc4198db,node_agent_mmd_tool_layer_toollayer_runtime_card_code_3636ceac,node_agent_mmd_memory_vector_layer_memorylayer_runtim_a5d23e7f,cli_11_338a8415,collector_0736fd5b,types_33_16e22a82,overload_guard_2748c559 memNode
